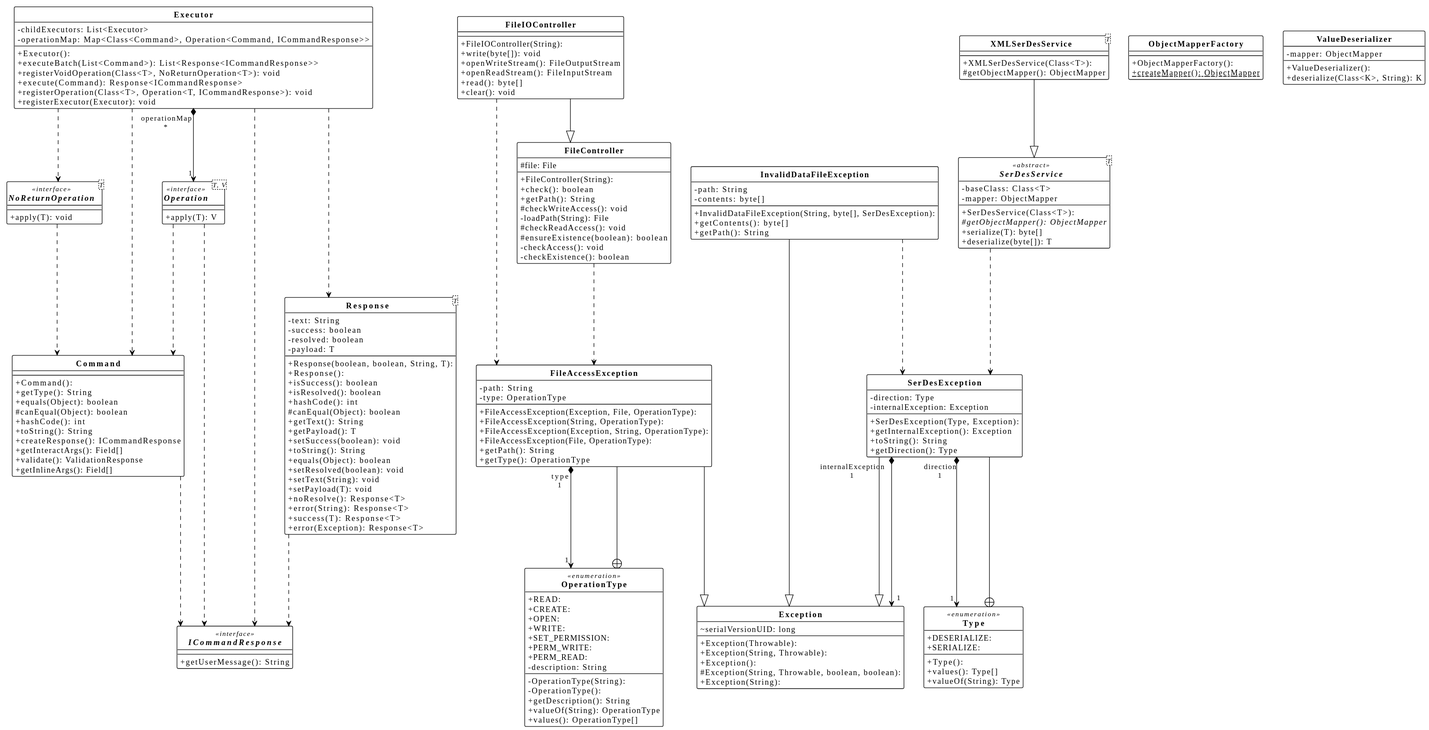
This is docs/diagrams/img/common.svg from BardinPetr/itmo-programming-lab-5, a PlantUML export, as it was before one commit.
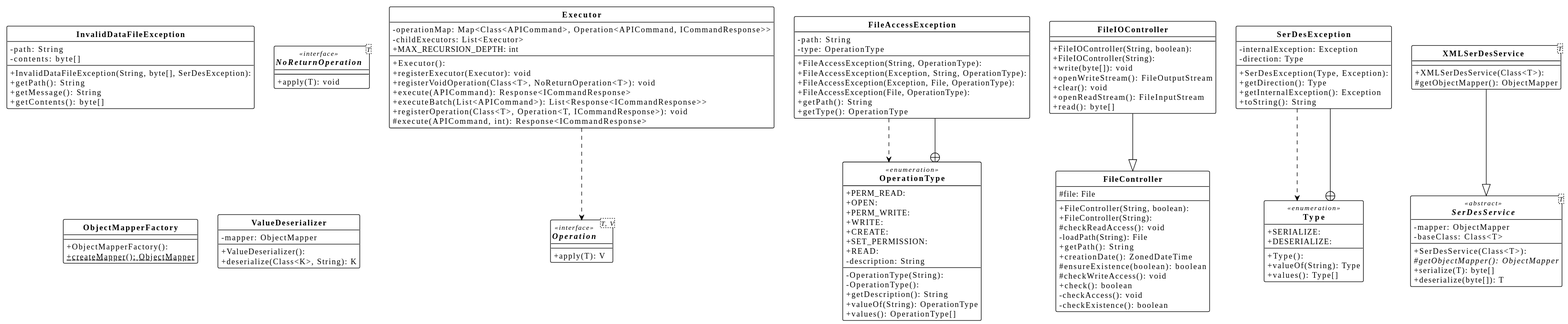
After the change.

What changed in the source:
```diff
@@ -19,40 +19,22 @@
 top to bottom direction
 skinparam linetype ortho
 
-class Command {
-  + Command():
-  + getType(): String
-  + equals(Object): boolean
-  # canEqual(Object): boolean
-  + hashCode(): int
-  + toString(): String
-  + createResponse(): ICommandResponse
-  + getInteractArgs(): Field[]
-  + validate(): ValidationResponse
-  + getInlineArgs(): Field[]
-}
-class Exception {
-  + Exception(Throwable):
-  + Exception(String, Throwable):
-  + Exception():
-  # Exception(String, Throwable, boolean, boolean):
-  + Exception(String):
-  ~ serialVersionUID: long
-}
 class Executor {
   + Executor():
+  - operationMap: Map<Class<APICommand>, Operation<APICommand, ICommandResponse>>
   - childExecutors: List<Executor>
-  - operationMap: Map<Class<Command>, Operation<Command, ICommandResponse>>
-  + executeBatch(List<Command>): List<Response<ICommandResponse>>
+  + MAX_RECURSION_DEPTH: int
+  + registerExecutor(Executor): void
   + registerVoidOperation(Class<T>, NoReturnOperation<T>): void
-  + execute(Command): Response<ICommandResponse>
+  + execute(APICommand): Response<ICommandResponse>
+  + executeBatch(List<APICommand>): List<Response<ICommandResponse>>
   + registerOperation(Class<T>, Operation<T, ICommandResponse>): void
-  + registerExecutor(Executor): void
+  # execute(APICommand, int): Response<ICommandResponse>
 }
 class FileAccessException {
-  + FileAccessException(Exception, File, OperationType):
   + FileAccessException(String, OperationType):
   + FileAccessException(Exception, String, OperationType):
+  + FileAccessException(Exception, File, OperationType):
   + FileAccessException(File, OperationType):
   - path: String
   - type: OperationType
@@ -60,34 +42,35 @@
   + getType(): OperationType
 }
 class FileController {
+  + FileController(String, boolean):
   + FileController(String):
   # file: File
+  # checkReadAccess(): void
+  - loadPath(String): File
+  + getPath(): String
+  + creationDate(): ZonedDateTime
+  # ensureExistence(boolean): boolean
+  # checkWriteAccess(): void
   + check(): boolean
-  + getPath(): String
-  # checkWriteAccess(): void
-  - loadPath(String): File
-  # checkReadAccess(): void
-  # ensureExistence(boolean): boolean
   - checkAccess(): void
   - checkExistence(): boolean
 }
 class FileIOController {
+  + FileIOController(String, boolean):
   + FileIOController(String):
   + write(byte[]): void
   + openWriteStream(): FileOutputStream
+  + clear(): void
   + openReadStream(): FileInputStream
   + read(): byte[]
-  + clear(): void
-}
-interface ICommandResponse << interface >> {
-  + getUserMessage(): String
 }
 class InvalidDataFileException {
   + InvalidDataFileException(String, byte[], SerDesException):
   - path: String
   - contents: byte[]
+  + getPath(): String
+  + getMessage(): String
   + getContents(): byte[]
-  + getPath(): String
 }
 interface NoReturnOperation<T> << interface >> {
   + apply(T): void
@@ -102,64 +85,40 @@
 enum OperationType << enumeration >> {
   - OperationType(String):
   - OperationType():
+  + PERM_READ:
+  + OPEN:
+  + PERM_WRITE:
+  + WRITE:
+  + CREATE:
+  + SET_PERMISSION:
   + READ:
-  + CREATE:
-  + OPEN:
-  + WRITE:
-  + SET_PERMISSION:
-  + PERM_WRITE:
-  + PERM_READ:
   - description: String
   + getDescription(): String
   + valueOf(String): OperationType
   + values(): OperationType[]
 }
-class Response<T> {
-  + Response(boolean, boolean, String, T):
-  + Response():
-  - text: String
-  - success: boolean
-  - resolved: boolean
-  - payload: T
-  + isSuccess(): boolean
-  + isResolved(): boolean
-  + hashCode(): int
-  # canEqual(Object): boolean
-  + getText(): String
-  + getPayload(): T
-  + setSuccess(boolean): void
-  + toString(): String
-  + equals(Object): boolean
-  + setResolved(boolean): void
-  + setText(String): void
-  + setPayload(T): void
-  + noResolve(): Response<T>
-  + error(String): Response<T>
-  + success(T): Response<T>
-  + error(Exception): Response<T>
-}
 class SerDesException {
   + SerDesException(Type, Exception):
+  - internalException: Exception
   - direction: Type
-  - internalException: Exception
+  + getDirection(): Type
   + getInternalException(): Exception
   + toString(): String
-  + getDirection(): Type
 }
-abstract class SerDesService<T>  <<abstract>> {
+abstract class SerDesService<T> <<abstract>> {
   + SerDesService(Class<T>):
+  - mapper: ObjectMapper
   - baseClass: Class<T>
-  - mapper: ObjectMapper
   {abstract} # getObjectMapper(): ObjectMapper
   + serialize(T): byte[]
   + deserialize(byte[]): T
 }
 enum Type << enumeration >> {
   + Type():
+  + SERIALIZE:
   + DESERIALIZE:
-  + SERIALIZE:
+  + valueOf(String): Type
   + values(): Type[]
-  + valueOf(String): Type
 }
 class ValueDeserializer {
   + ValueDeserializer():
@@ -171,28 +130,11 @@
   # getObjectMapper(): ObjectMapper
 }
 
-Command                   ..>  ICommandResponse
-Executor                  ..>  Command
-Executor                  ..>  ICommandResponse
-Executor                  ..>  NoReturnOperation
-Executor                 "1" *--> "operationMap\n*" Operation
-Executor                  ..>  Response
-FileAccessException       --^  Exception
-FileAccessException      "1" *--> "type\n1" OperationType
-FileController            ..>  FileAccessException
-FileIOController          ..>  FileAccessException
+Executor                  ..>  Operation
+FileAccessException       ..>  OperationType
 FileIOController          --^  FileController
-InvalidDataFileException  --^  Exception
-InvalidDataFileException  ..>  SerDesException
-NoReturnOperation         ..>  Command
-Operation                 ..>  Command
-Operation                 ..>  ICommandResponse
 OperationType             +--  FileAccessException
-Response                  ..>  ICommandResponse
-SerDesException           --^  Exception
-SerDesException          "1" *--> "internalException\n1" Exception
-SerDesException          "1" *--> "direction\n1" Type
-SerDesService             ..>  SerDesException
+SerDesException           ..>  Type
 Type                      +--  SerDesException
 XMLSerDesService          --^  SerDesService
 @enduml
```
